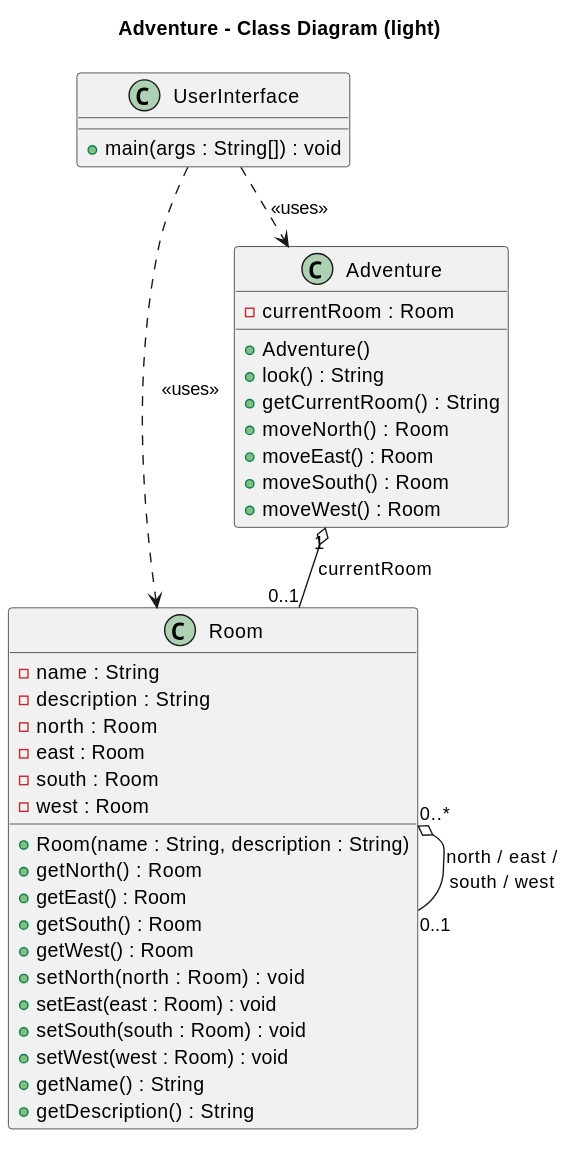
The PlantUML diagram docs/class-diagram-light.svg in mwnDK1402/Adventure, before a commit. Source of this version:
```plantuml
@startuml
title Adventure - Class Diagram (light)

skinparam {
    backgroundColor white
    ArrowColor #181818
    ClassBackgroundColor #F1F1F1
    ClassBorderColor #181818
    ClassFontColor #000000
    ClassAttributeFontColor #000000
    ClassAttributeIconColor #000000
    ClassStereotypeFontColor #000000
    TitleFontColor #000000
    DefaultFontColor #000000
}

class Room {
    - name : String
    - description : String
    - north : Room
    - east : Room
    - south : Room
    - west : Room
    + Room(name : String, description : String)
    + getNorth() : Room
    + getEast() : Room
    + getSouth() : Room
    + getWest() : Room
    + setNorth(north : Room) : void
    + setEast(east : Room) : void
    + setSouth(south : Room) : void
    + setWest(west : Room) : void
    + getName() : String
    + getDescription() : String
}

class Adventure {
    - currentRoom : Room
    + Adventure()
    + look() : String
    + getCurrentRoom() : String
    + moveNorth() : Room
    + moveEast() : Room
    + moveSouth() : Room
    + moveWest() : Room
}

class UserInterface {
    + main(args : String[]) : void
}

Adventure "1" o-- "0..1" Room : currentRoom
Room "0..*" o-- "0..1" Room : north / east /\nsouth / west
UserInterface ..> Adventure : <<uses>>
UserInterface ..> Room : <<uses>>
@enduml
```
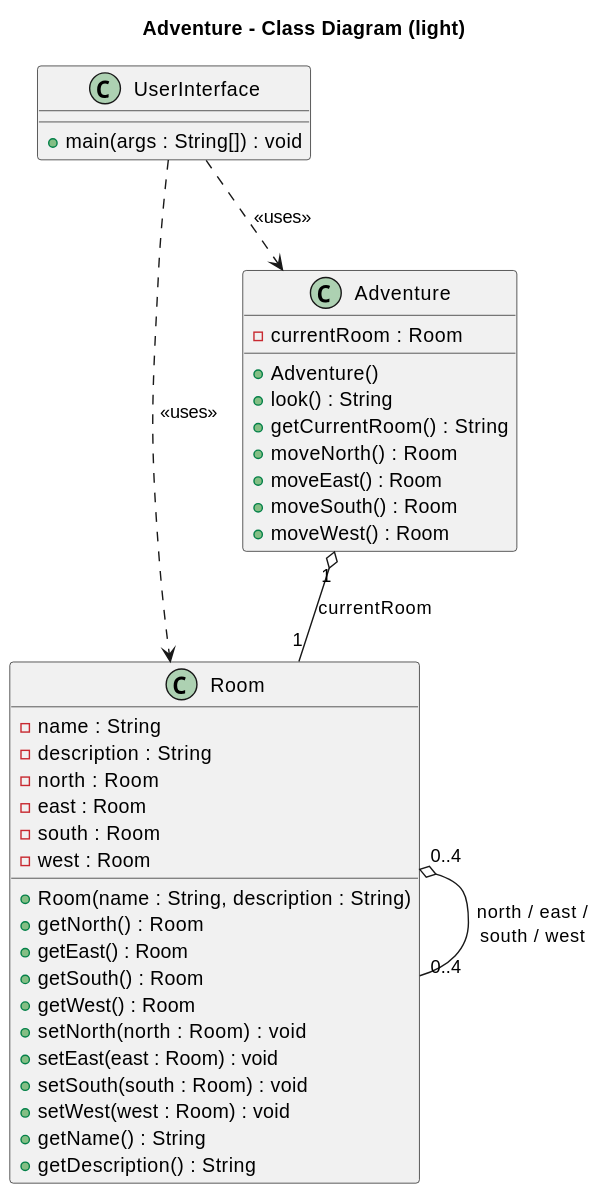
The same file after the commit.

Commit message:
Fix multiplicity in Day 1 class diagram

Diff of the diagram source:
```diff
@@ -49,8 +49,8 @@
     + main(args : String[]) : void
 }
 
-Adventure "1" o-- "0..1" Room : currentRoom
-Room "0..*" o-- "0..1" Room : north / east /\nsouth / west
+Adventure "1" o-- "1" Room : currentRoom
+Room "0..4" o-- "0..4" Room : north / east /\nsouth / west
 UserInterface ..> Adventure : <<uses>>
 UserInterface ..> Room : <<uses>>
 @enduml
```
